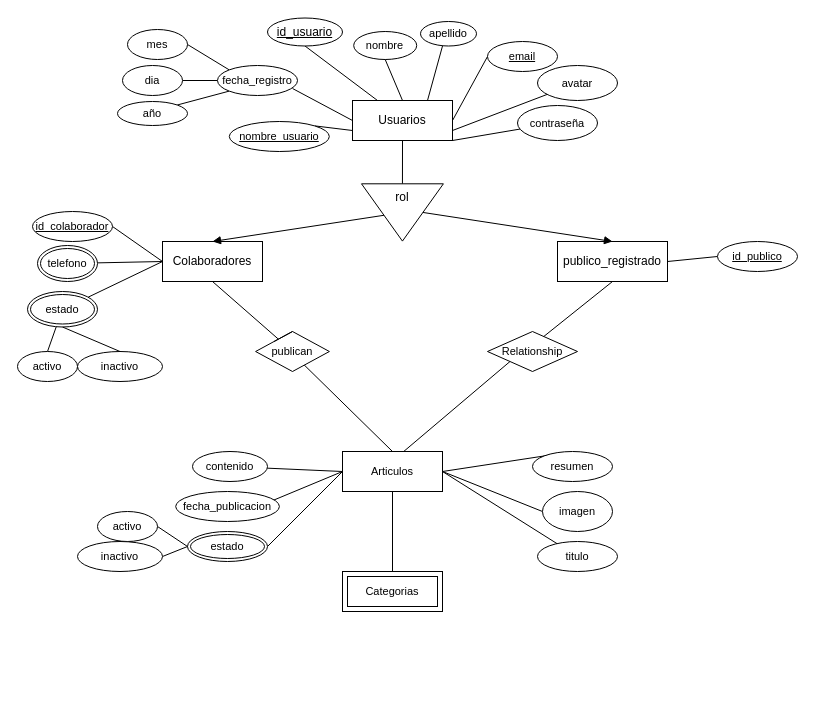
Before: Desafio_s5.drawio in mauricioarcez/desafios_info, a draw.io diagram. Source tidied: cells renumbered, new cells numbered last; positions are measured from the earlier drawing's top-left corner, leaving out a move shared by most shapes. Both pictures are drawn from the tidied source at 100%, with x=0, y=0 at pixel (17, 17).
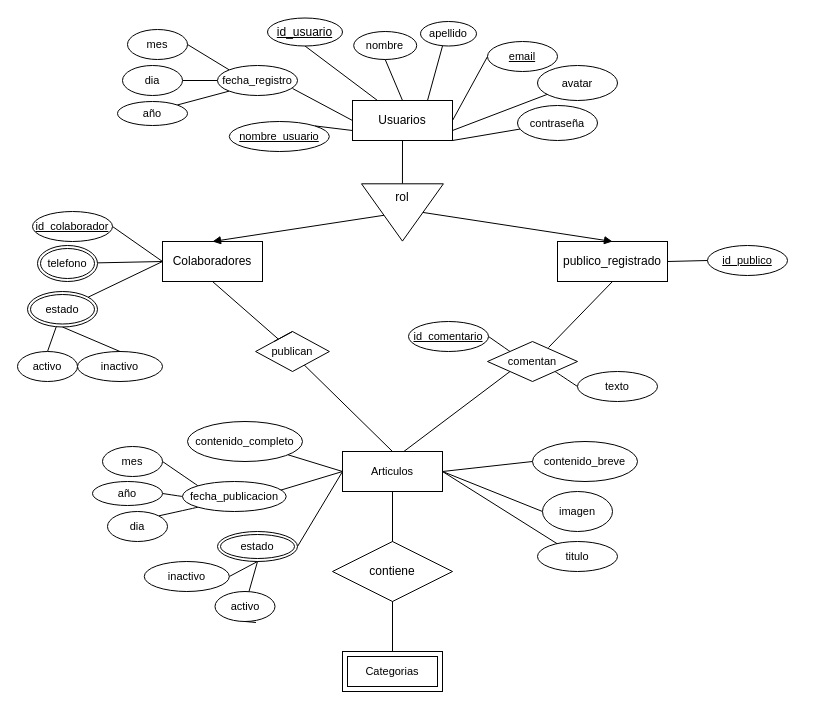
The same diagram, later.

Unchanged cells that the change refers to:
```xml
<mxCell id="19" value="publico_registrado" style="whiteSpace=wrap;html=1;align=center;" parent="1" vertex="1">
  <mxGeometry x="540" y="224" width="110" height="40" as="geometry" />
</mxCell>
<mxCell id="30" value="Articulos" style="whiteSpace=wrap;html=1;align=center;fontFamily=Helvetica;fontSize=11;fontColor=default;" parent="1" vertex="1">
  <mxGeometry x="325" y="434" width="100" height="40" as="geometry" />
</mxCell>
```

Change to the diagram source:
```diff
@@
-    <mxCell id="28" style="edgeStyle=none;shape=connector;rounded=0;jettySize=auto;html=1;entryX=0.39;entryY=0.05;entryDx=0;entryDy=0;entryPerimeter=0;labelBackgroundColor=default;strokeColor=default;fontFamily=Helvetica;fontSize=11;fontColor=default;endArrow=none;endFill=0;exitX=1;exitY=0.5;exitDx=0;exitDy=0;" parent="1" edge="1" source="30" target="53">
+    <mxCell id="28" style="edgeStyle=none;shape=connector;rounded=0;jettySize=auto;html=1;entryX=0;entryY=0.5;entryDx=0;entryDy=0;labelBackgroundColor=default;strokeColor=default;fontFamily=Helvetica;fontSize=11;fontColor=default;endArrow=none;endFill=0;exitX=1;exitY=0.5;exitDx=0;exitDy=0;" parent="1" edge="1" source="30" target="53">
       <mxGeometry relative="1" as="geometry" />
     </mxCell>
@@
     <mxCell id="31" value="Categorias" style="shape=ext;margin=3;double=1;whiteSpace=wrap;html=1;align=center;fontFamily=Helvetica;fontSize=11;fontColor=default;" parent="1" vertex="1">
-      <mxGeometry x="325" y="554" width="100" height="40" as="geometry" />
+      <mxGeometry x="325" y="634" width="100" height="40" as="geometry" />
     </mxCell>
@@
-    <mxCell id="51" value="contenido" style="ellipse;whiteSpace=wrap;html=1;align=center;fontFamily=Helvetica;fontSize=11;fontColor=default;" parent="1" vertex="1">
-      <mxGeometry x="175" y="434" width="75" height="30" as="geometry" />
+    <mxCell id="51" value="contenido_completo" style="ellipse;whiteSpace=wrap;html=1;align=center;fontFamily=Helvetica;fontSize=11;fontColor=default;" parent="1" vertex="1">
+      <mxGeometry x="170" y="404" width="115" height="40" as="geometry" />
     </mxCell>
@@
-    <mxCell id="53" value="resumen" style="ellipse;whiteSpace=wrap;html=1;align=center;fontFamily=Helvetica;fontSize=11;fontColor=default;" parent="1" vertex="1">
-      <mxGeometry x="515" y="434" width="80" height="30" as="geometry" />
+    <mxCell id="53" value="contenido_breve" style="ellipse;whiteSpace=wrap;html=1;align=center;fontFamily=Helvetica;fontSize=11;fontColor=default;" parent="1" vertex="1">
+      <mxGeometry x="515" y="424" width="105" height="40" as="geometry" />
     </mxCell>
@@
+    <mxCell id="73" style="edgeStyle=none;shape=connector;curved=1;rounded=0;jettySize=auto;html=1;exitX=0;exitY=1;exitDx=0;exitDy=0;entryX=1;entryY=0;entryDx=0;entryDy=0;labelBackgroundColor=default;strokeColor=default;fontFamily=Helvetica;fontSize=12;fontColor=default;endArrow=none;endFill=0;startSize=8;endSize=8;" parent="1" edge="1" source="57" target="82">
+      <mxGeometry relative="1" as="geometry" />
+    </mxCell>
+    <mxCell id="74" style="edgeStyle=none;shape=connector;curved=1;rounded=0;jettySize=auto;html=1;exitX=0;exitY=0;exitDx=0;exitDy=0;entryX=1;entryY=0.5;entryDx=0;entryDy=0;labelBackgroundColor=default;strokeColor=default;fontFamily=Helvetica;fontSize=12;fontColor=default;endArrow=none;endFill=0;startSize=8;endSize=8;" parent="1" edge="1" source="57" target="81">
+      <mxGeometry relative="1" as="geometry" />
+    </mxCell>
+    <mxCell id="75" style="edgeStyle=none;shape=connector;curved=1;rounded=0;jettySize=auto;html=1;exitX=0;exitY=0.5;exitDx=0;exitDy=0;entryX=1;entryY=0.5;entryDx=0;entryDy=0;labelBackgroundColor=default;strokeColor=default;fontFamily=Helvetica;fontSize=12;fontColor=default;endArrow=none;endFill=0;startSize=8;endSize=8;" parent="1" edge="1" source="57" target="83">
+      <mxGeometry relative="1" as="geometry" />
+    </mxCell>
     <mxCell id="57" value="fecha_publicacion" style="ellipse;whiteSpace=wrap;html=1;align=center;fontFamily=Helvetica;fontSize=11;fontColor=default;" parent="1" vertex="1">
-      <mxGeometry x="158.2" y="474" width="103.7" height="30" as="geometry" />
+      <mxGeometry x="165" y="464" width="103.7" height="30" as="geometry" />
     </mxCell>
@@
-    <mxCell id="59" style="edgeStyle=none;shape=connector;rounded=0;jettySize=auto;html=1;exitX=0;exitY=0.5;exitDx=0;exitDy=0;entryX=1;entryY=0.5;entryDx=0;entryDy=0;labelBackgroundColor=default;strokeColor=default;fontFamily=Helvetica;fontSize=11;fontColor=default;endArrow=none;endFill=0;" parent="1" edge="1" source="60" target="72">
+    <mxCell id="59" style="edgeStyle=none;shape=connector;rounded=0;jettySize=auto;html=1;exitX=0.5;exitY=1;exitDx=0;exitDy=0;entryX=1;entryY=0.5;entryDx=0;entryDy=0;labelBackgroundColor=default;strokeColor=default;fontFamily=Helvetica;fontSize=11;fontColor=default;endArrow=none;endFill=0;" parent="1" edge="1" source="60" target="72">
       <mxGeometry relative="1" as="geometry" />
     </mxCell>
     <mxCell id="60" value="estado" style="ellipse;shape=doubleEllipse;margin=3;whiteSpace=wrap;html=1;align=center;fontFamily=Helvetica;fontSize=11;fontColor=default;" parent="1" vertex="1">
-      <mxGeometry x="170" y="514" width="80" height="30" as="geometry" />
+      <mxGeometry x="200" y="514" width="80" height="30" as="geometry" />
     </mxCell>
-    <mxCell id="61" style="rounded=0;jettySize=auto;html=1;exitX=0.5;exitY=1;exitDx=0;exitDy=0;endArrow=none;endFill=0;" parent="1" edge="1" source="19">
-      <mxGeometry relative="1" as="geometry">
-        <mxPoint x="520" y="324" as="targetPoint" />
-      </mxGeometry>
+    <mxCell id="61" style="rounded=0;jettySize=auto;html=1;exitX=0.5;exitY=1;exitDx=0;exitDy=0;endArrow=none;endFill=0;entryX=0.678;entryY=0.15;entryDx=0;entryDy=0;entryPerimeter=0;" parent="1" edge="1" source="19" target="62">
+      <mxGeometry relative="1" as="geometry" />
     </mxCell>
+    <mxCell id="76" style="edgeStyle=none;curved=1;rounded=0;jettySize=auto;html=1;exitX=1;exitY=1;exitDx=0;exitDy=0;entryX=0;entryY=0.5;entryDx=0;entryDy=0;fontSize=12;startSize=8;endSize=8;endArrow=none;endFill=0;" parent="1" edge="1" source="62" target="78">
+      <mxGeometry relative="1" as="geometry" />
+    </mxCell>
+    <mxCell id="77" style="edgeStyle=none;shape=connector;curved=1;rounded=0;jettySize=auto;html=1;exitX=0;exitY=0;exitDx=0;exitDy=0;entryX=1;entryY=0.5;entryDx=0;entryDy=0;labelBackgroundColor=default;strokeColor=default;fontFamily=Helvetica;fontSize=12;fontColor=default;endArrow=none;endFill=0;startSize=8;endSize=8;" parent="1" edge="1" source="62" target="79">
+      <mxGeometry relative="1" as="geometry" />
+    </mxCell>
-    <mxCell id="62" value="Relationship" style="shape=rhombus;perimeter=rhombusPerimeter;whiteSpace=wrap;html=1;align=center;fontFamily=Helvetica;fontSize=11;fontColor=default;" parent="1" vertex="1">
-      <mxGeometry x="470" y="314" width="90" height="40" as="geometry" />
+    <mxCell id="62" value="comentan" style="shape=rhombus;perimeter=rhombusPerimeter;whiteSpace=wrap;html=1;align=center;fontFamily=Helvetica;fontSize=11;fontColor=default;" parent="1" vertex="1">
+      <mxGeometry x="470" y="324" width="90" height="40" as="geometry" />
     </mxCell>
@@
     <mxCell id="65" value="id_publico" style="ellipse;whiteSpace=wrap;html=1;align=center;fontStyle=4;fontFamily=Helvetica;fontSize=11;fontColor=default;" parent="1" vertex="1">
-      <mxGeometry x="700" y="224" width="80" height="30" as="geometry" />
+      <mxGeometry x="690" y="228" width="80" height="30" as="geometry" />
     </mxCell>
@@
-    <mxCell id="70" style="edgeStyle=none;shape=connector;rounded=0;jettySize=auto;html=1;exitX=1;exitY=0.5;exitDx=0;exitDy=0;entryX=0;entryY=0.5;entryDx=0;entryDy=0;labelBackgroundColor=default;strokeColor=default;fontFamily=Helvetica;fontSize=11;fontColor=default;endArrow=none;endFill=0;" parent="1" edge="1" source="71" target="60">
+    <mxCell id="70" style="edgeStyle=none;shape=connector;rounded=0;jettySize=auto;html=1;entryX=0.5;entryY=1;entryDx=0;entryDy=0;labelBackgroundColor=default;strokeColor=default;fontFamily=Helvetica;fontSize=11;fontColor=default;endArrow=none;endFill=0;" parent="1" edge="1" source="71" target="60">
       <mxGeometry relative="1" as="geometry" />
     </mxCell>
     <mxCell id="71" value="activo" style="ellipse;whiteSpace=wrap;html=1;align=center;fontFamily=Helvetica;fontSize=11;fontColor=default;" parent="1" vertex="1">
-      <mxGeometry x="80" y="494" width="60" height="30" as="geometry" />
+      <mxGeometry x="197.5" y="574" width="60" height="30" as="geometry" />
     </mxCell>
     <mxCell id="72" value="inactivo" style="ellipse;whiteSpace=wrap;html=1;align=center;fontFamily=Helvetica;fontSize=11;fontColor=default;" parent="1" vertex="1">
-      <mxGeometry x="60" y="524" width="85" height="30" as="geometry" />
+      <mxGeometry x="126.8" y="544" width="85" height="30" as="geometry" />
     </mxCell>
+    <mxCell id="78" value="texto" style="ellipse;whiteSpace=wrap;html=1;align=center;fontFamily=Helvetica;fontSize=11;fontColor=default;" parent="1" vertex="1">
+      <mxGeometry x="560" y="354" width="80" height="30" as="geometry" />
+    </mxCell>
+    <mxCell id="79" value="id_comentario" style="ellipse;whiteSpace=wrap;html=1;align=center;fontStyle=4;fontFamily=Helvetica;fontSize=11;fontColor=default;" parent="1" vertex="1">
+      <mxGeometry x="391" y="304" width="80" height="30" as="geometry" />
+    </mxCell>
+    <mxCell id="80" value="contiene" style="shape=rhombus;perimeter=rhombusPerimeter;whiteSpace=wrap;html=1;align=center;fontFamily=Helvetica;fontSize=12;fontColor=default;" parent="1" vertex="1">
+      <mxGeometry x="315" y="524" width="120" height="60" as="geometry" />
+    </mxCell>
+    <mxCell id="81" value="mes" style="ellipse;whiteSpace=wrap;html=1;align=center;fontFamily=Helvetica;fontSize=11;fontColor=default;" parent="1" vertex="1">
+      <mxGeometry x="85" y="429" width="60" height="30" as="geometry" />
+    </mxCell>
+    <mxCell id="82" value="dia" style="ellipse;whiteSpace=wrap;html=1;align=center;fontFamily=Helvetica;fontSize=11;fontColor=default;" parent="1" vertex="1">
+      <mxGeometry x="90" y="494" width="60" height="30" as="geometry" />
+    </mxCell>
+    <mxCell id="83" value="año" style="ellipse;whiteSpace=wrap;html=1;align=center;fontFamily=Helvetica;fontSize=11;fontColor=default;" parent="1" vertex="1">
+      <mxGeometry x="75" y="464" width="70" height="24" as="geometry" />
+    </mxCell>
+    <mxCell id="84" style="edgeStyle=none;shape=connector;curved=1;rounded=0;orthogonalLoop=1;jettySize=auto;html=1;exitX=0.5;exitY=1;exitDx=0;exitDy=0;entryX=0.683;entryY=1.033;entryDx=0;entryDy=0;entryPerimeter=0;labelBackgroundColor=default;strokeColor=default;fontFamily=Helvetica;fontSize=12;fontColor=default;endArrow=none;endFill=0;startSize=8;endSize=8;" parent="1" edge="1" source="71" target="71">
+      <mxGeometry relative="1" as="geometry" />
+    </mxCell>
```
